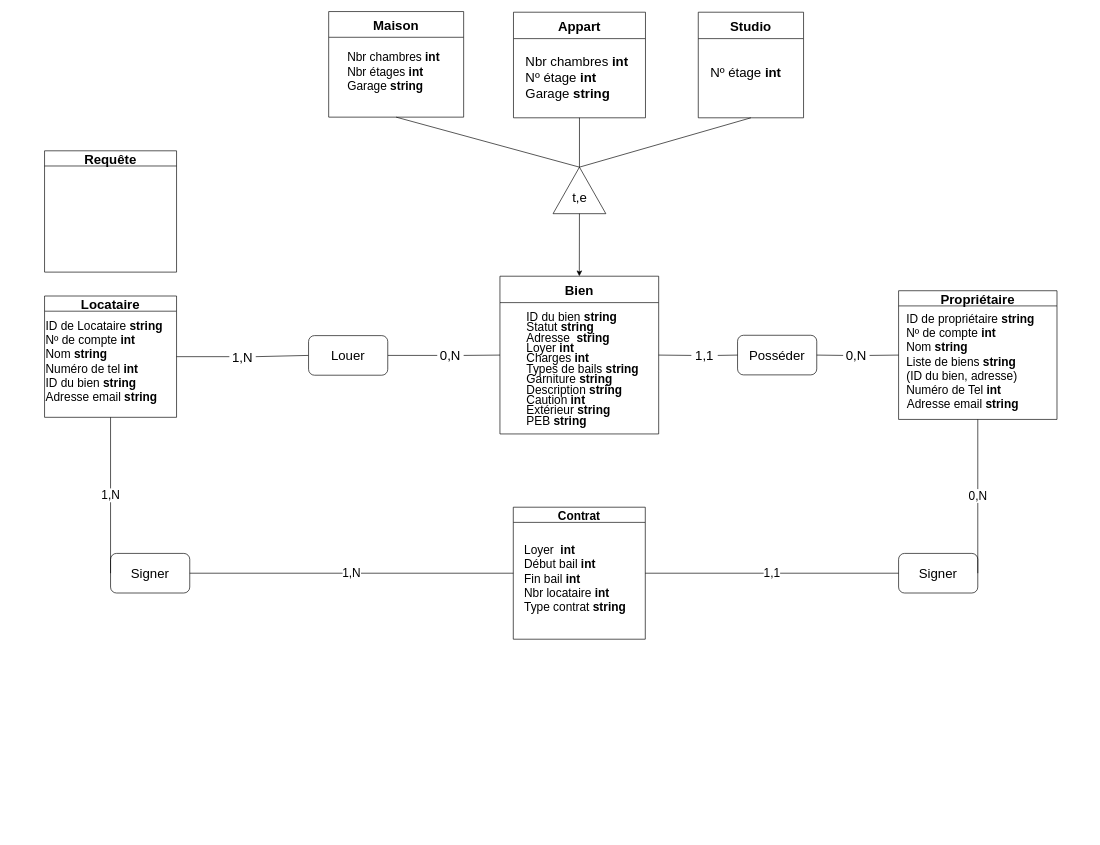
Earlier version of the draw.io diagram page "Schéma entités-associations" (1 of 20) of Ko-loc (1).drawio (Julienthum/Co-Lock). Source tidied: cells renumbered, new cells numbered last; positions are measured from the earlier drawing's top-left corner, leaving out a move shared by most shapes. Both pictures are drawn from the tidied source at 66%, with x=0, y=0 at pixel (44, 11).
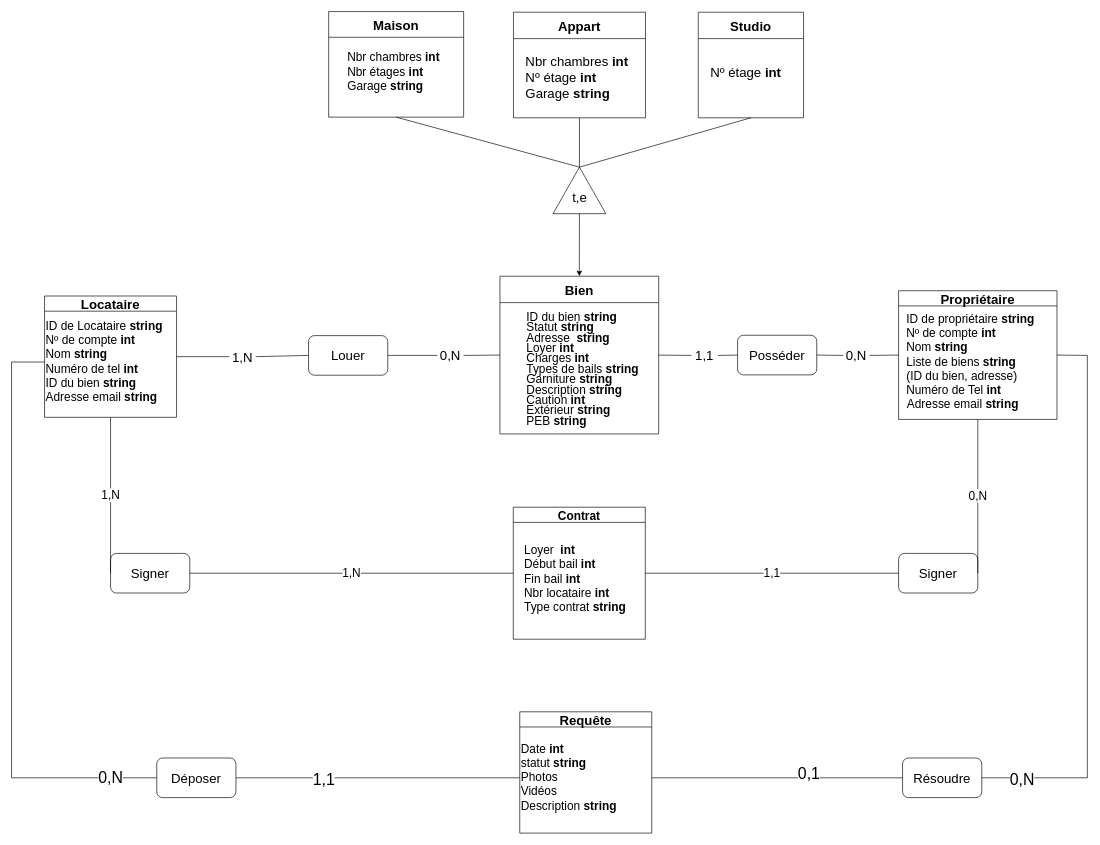
After the change.

Unchanged cells that the change refers to:
```xml
<mxCell id="4" value="Propriétaire" style="swimlane;fontSize=20;" parent="1" vertex="1">
  <mxGeometry x="1294" y="423" width="240" height="195" as="geometry" />
</mxCell>
```

Change to the diagram source:
```diff
@@
     <mxCell id="43" value="Requête" style="swimlane;fontSize=20;" parent="1" vertex="1">
-      <mxGeometry y="211" width="200" height="183.8" as="geometry" />
+      <mxGeometry x="720" y="1061" width="200" height="183.8" as="geometry" />
     </mxCell>
-    <mxCell id="44" value="&lt;p class=&quot;MsoListParagraphCxSpFirst&quot; style=&quot;margin: 0cm 0cm 0cm 36pt ; line-height: 15.6933px ; font-size: 11pt ; font-family: &amp;#34;calibri&amp;#34; , sans-serif ; text-indent: -18pt&quot;&gt;&lt;/p&gt;&lt;font style=&quot;font-size: 18px&quot;&gt;&lt;b&gt;&lt;br&gt;&lt;/b&gt;&lt;/font&gt;" style="text;html=1;strokeColor=none;fillColor=none;align=left;verticalAlign=middle;whiteSpace=wrap;rounded=0;" parent="43" vertex="1">
+    <mxCell id="44" value="&lt;p class=&quot;MsoListParagraphCxSpFirst&quot; style=&quot;margin: 0cm 0cm 0cm 36pt ; line-height: 15.6933px ; font-size: 11pt ; font-family: &amp;#34;calibri&amp;#34; , sans-serif ; text-indent: -18pt&quot;&gt;&lt;/p&gt;&lt;font style=&quot;font-size: 18px&quot;&gt;Date &lt;b&gt;int&lt;br&gt;&lt;/b&gt;statut &lt;b&gt;string&lt;/b&gt;&lt;br&gt;Photos&lt;br&gt;Vidéos&lt;br&gt;Description &lt;b&gt;string&lt;/b&gt;&lt;br&gt;&lt;/font&gt;" style="text;html=1;strokeColor=none;fillColor=none;align=left;verticalAlign=middle;whiteSpace=wrap;rounded=0;" parent="43" vertex="1">
       <mxGeometry y="35" width="190" height="130" as="geometry" />
     </mxCell>
+    <mxCell id="45" style="endArrow=none;html=1;rounded=0;exitX=0;exitY=0.5;exitDx=0;exitDy=0;startArrow=none;" parent="1" edge="1" source="50">
+      <mxGeometry relative="1" as="geometry">
+        <mxPoint y="531" as="targetPoint" />
+        <Array as="points">
+          <mxPoint x="-50" y="1161" />
+          <mxPoint x="-50" y="531" />
+        </Array>
+      </mxGeometry>
+    </mxCell>
+    <mxCell id="46" value="0,N" style="edgeLabel;html=1;align=center;verticalAlign=middle;fontSize=24;" parent="45" vertex="1">
+      <mxGeometry x="-0.84" relative="1" as="geometry">
+        <mxPoint x="1" y="-1" as="offset" />
+      </mxGeometry>
+    </mxCell>
+    <mxCell id="47" style="endArrow=none;html=1;rounded=0;entryX=1;entryY=0.5;entryDx=0;entryDy=0;" parent="1" edge="1" target="4">
+      <mxGeometry relative="1" as="geometry">
+        <mxPoint x="920" y="1161" as="sourcePoint" />
+        <Array as="points">
+          <mxPoint x="1580" y="1161" />
+          <mxPoint x="1580" y="521" />
+        </Array>
+      </mxGeometry>
+    </mxCell>
+    <mxCell id="48" value="0,N" style="edgeLabel;html=1;align=center;verticalAlign=middle;fontSize=24;" parent="47" vertex="1">
+      <mxGeometry x="-0.17" y="-2" relative="1" as="geometry">
+        <mxPoint x="1" as="offset" />
+      </mxGeometry>
+    </mxCell>
+    <mxCell id="49" value="0,1" style="edgeLabel;html=1;align=center;verticalAlign=middle;fontSize=24;" parent="47" vertex="1">
+      <mxGeometry x="-0.65" y="6" relative="1" as="geometry">
+        <mxPoint x="1" as="offset" />
+      </mxGeometry>
+    </mxCell>
+    <mxCell id="50" value="Déposer" style="rounded=1;whiteSpace=wrap;html=1;fontSize=20;" parent="1" vertex="1">
+      <mxGeometry x="170" y="1131" width="120" height="60" as="geometry" />
+    </mxCell>
+    <mxCell id="51" style="endArrow=none;html=1;rounded=0;exitX=1;exitY=0.5;exitDx=0;exitDy=0;entryX=0;entryY=0.5;entryDx=0;entryDy=0;" parent="1" edge="1" source="50" target="44">
+      <mxGeometry relative="1" as="geometry" />
+    </mxCell>
+    <mxCell id="52" value="1,1" style="edgeLabel;html=1;align=center;verticalAlign=middle;fontSize=24;" parent="51" vertex="1">
+      <mxGeometry x="-0.39" y="-2" relative="1" as="geometry">
+        <mxPoint x="1" as="offset" />
+      </mxGeometry>
+    </mxCell>
+    <mxCell id="53" value="Résoudre" style="rounded=1;whiteSpace=wrap;html=1;fontSize=20;" parent="1" vertex="1">
+      <mxGeometry x="1300" y="1131" width="120" height="60" as="geometry" />
+    </mxCell>
```
